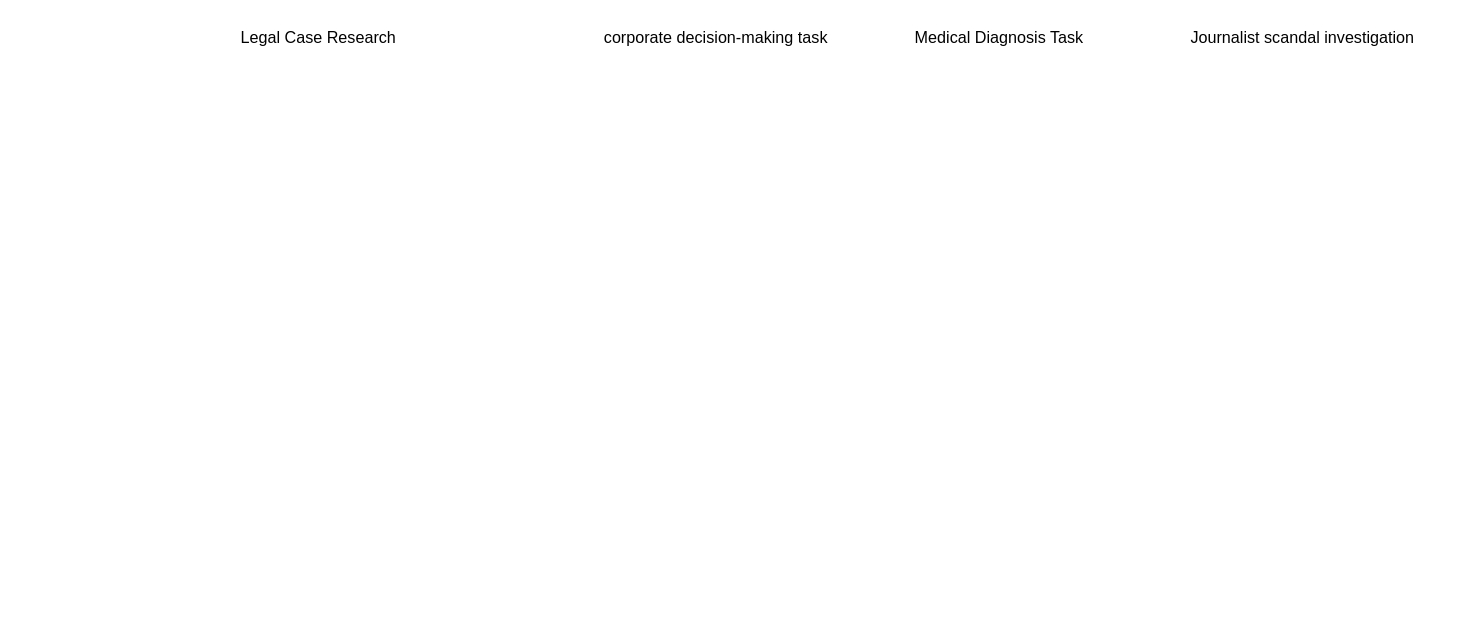
Earlier version of the draw.io diagram page "Page-2" (2 of 2) of ID-TechAndSociety.drawio (R-Jassasi/Draw.io). Source tidied: cells renumbered, new cells numbered last; positions are measured from the earlier drawing's top-left corner, leaving out a move shared by most shapes. Both pictures are drawn from the tidied source at 101%, with x=0, y=0 at pixel (186, 17).
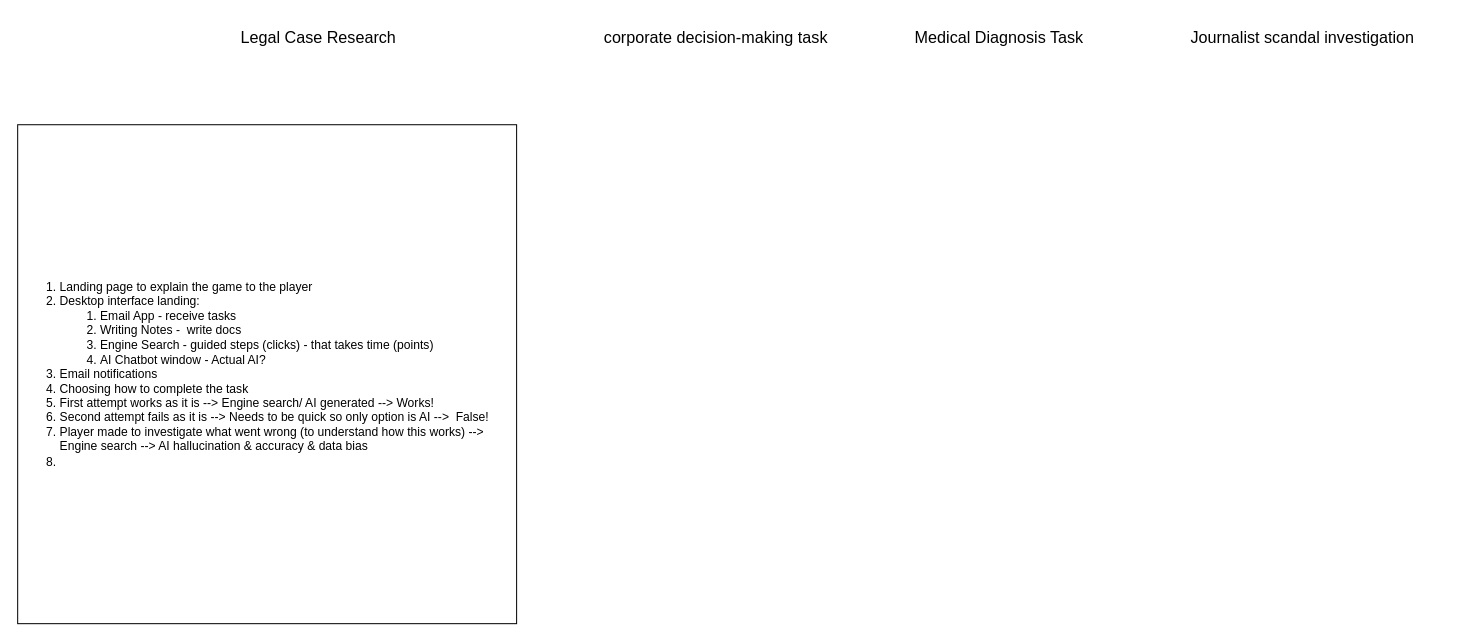
The same diagram, later.

The edit, as a diff of the source:
```diff
@@
 <mxGraphModel>
   <root>
     <mxCell id="0" />
     <mxCell id="1" parent="0" />
     <mxCell id="2" value="Legal Case Research" style="text;strokeColor=none;fillColor=none;html=1;align=center;verticalAlign=middle;whiteSpace=wrap;rounded=0;fontSize=16;" parent="1" vertex="1">
       <mxGeometry y="5" width="262" height="30" as="geometry" />
     </mxCell>
     <mxCell id="3" value="corporate decision-making task &amp;nbsp;" style="text;strokeColor=none;fillColor=none;html=1;align=center;verticalAlign=middle;whiteSpace=wrap;rounded=0;fontSize=16;" parent="1" vertex="1">
       <mxGeometry x="398" y="5" width="262" height="30" as="geometry" />
     </mxCell>
     <mxCell id="4" value="Medical Diagnosis Task" style="text;strokeColor=none;fillColor=none;html=1;align=center;verticalAlign=middle;whiteSpace=wrap;rounded=0;fontSize=16;" parent="1" vertex="1">
       <mxGeometry x="674" width="262" height="40" as="geometry" />
     </mxCell>
     <mxCell id="5" value="Journalist scandal investigation &amp;nbsp;&amp;nbsp;" style="text;strokeColor=none;fillColor=none;html=1;align=center;verticalAlign=middle;whiteSpace=wrap;rounded=0;fontSize=16;" parent="1" vertex="1">
       <mxGeometry x="981" width="262" height="40" as="geometry" />
     </mxCell>
+    <mxCell id="6" value="&lt;ol&gt;&lt;li&gt;Landing page to explain the game to the player&lt;/li&gt;&lt;li&gt;Desktop interface landing:&amp;nbsp;&lt;/li&gt;&lt;ol&gt;&lt;li&gt;Email App - receive tasks&lt;/li&gt;&lt;li&gt;Writing Notes -&amp;nbsp; write docs&lt;/li&gt;&lt;li&gt;Engine Search - guided steps (clicks) - that takes time (points)&amp;nbsp;&lt;/li&gt;&lt;li&gt;AI Chatbot window - Actual AI?&lt;/li&gt;&lt;/ol&gt;&lt;li&gt;Email notifications&amp;nbsp;&lt;/li&gt;&lt;li&gt;Choosing how to complete the task&lt;/li&gt;&lt;li&gt;First attempt works as it is --&amp;gt; Engine search/ AI generated --&amp;gt; Works!&lt;/li&gt;&lt;li&gt;Second attempt fails as it is --&amp;gt; Needs to be quick so only option is AI --&amp;gt;&amp;nbsp; False!&lt;/li&gt;&lt;li&gt;Player made to investigate what went wrong (to understand how this works) --&amp;gt; Engine search --&amp;gt; AI hallucination &amp;amp; accuracy &amp;amp; data bias&lt;/li&gt;&lt;li&gt;&lt;br&gt;&lt;/li&gt;&lt;/ol&gt;" style="whiteSpace=wrap;html=1;align=left;" parent="1" vertex="1">
+      <mxGeometry x="-167" y="106" width="494" height="494" as="geometry" />
+    </mxCell>
   </root>
 </mxGraphModel>
```
